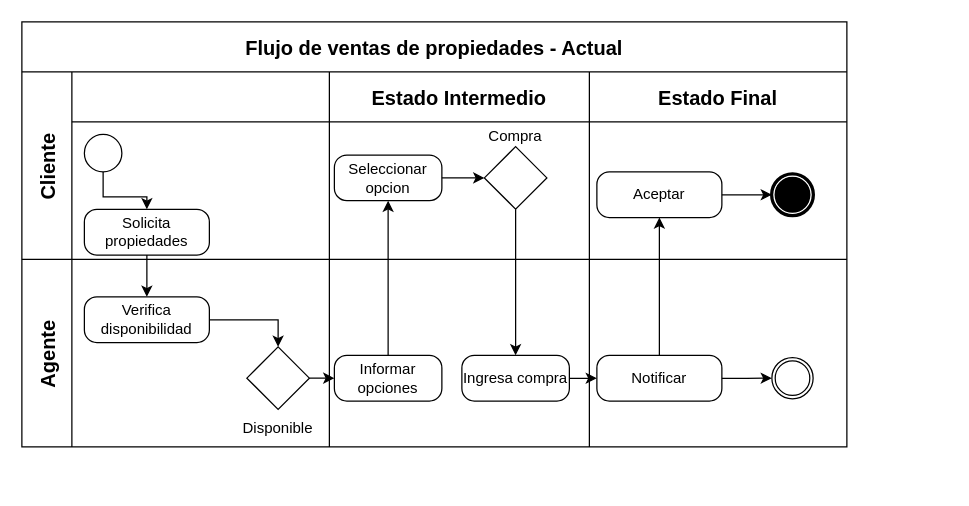
Before: page "Ventas - Actual" (1 of 6) of 1. Planear/Urbanos.drawio in SamuelMarinTobon/Urbani, a draw.io diagram. Source tidied: cells renumbered, new cells numbered last; positions are measured from the earlier drawing's top-left corner, leaving out a move shared by most shapes. Both pictures are drawn from the tidied source at 125%, with x=0, y=0 at pixel (21, 21).
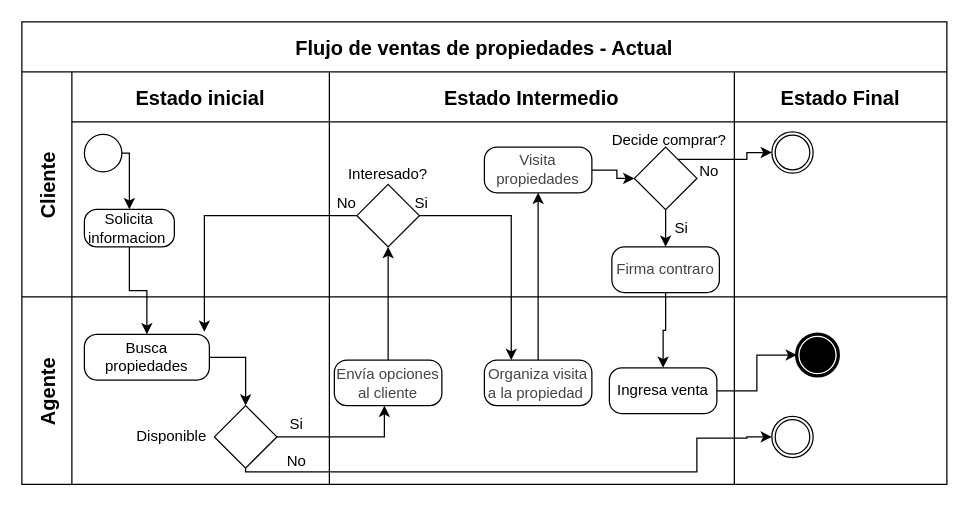
The same diagram, later.

Commit message (it also covers changes not shown here):
actualizacion diagramas y agrego historia de usuario epica

The change refers to these unchanged cells:
```xml
<mxCell id="18" style="swimlane;swimlaneHead=0;swimlaneBody=0;fontStyle=1;strokeColor=inherit;fillColor=none;startSize=0;fontSize=16;" parent="17" vertex="1">
  <mxGeometry x="40" width="206" height="150" as="geometry" />
</mxCell>
```

Diff of the diagram source:
```diff
@@
     <mxCell id="2" value="Flujo de ventas de propiedades - Actual" style="shape=table;childLayout=tableLayout;startSize=40;fontSize=16;fontStyle=1;" parent="1" vertex="1">
-      <mxGeometry width="660" height="340" as="geometry" />
+      <mxGeometry width="740" height="370" as="geometry" />
     </mxCell>
     <mxCell id="3" value="Cliente" style="shape=tableRow;horizontal=0;swimlaneHead=0;swimlaneBody=0;top=0;left=0;strokeColor=inherit;bottom=0;right=0;fontStyle=1;fillColor=none;startSize=40;fontSize=16;" parent="2" vertex="1">
-      <mxGeometry y="40" width="660" height="150" as="geometry" />
+      <mxGeometry y="40" width="740" height="180" as="geometry" />
     </mxCell>
-    <mxCell id="4" style="swimlane;swimlaneHead=0;swimlaneBody=0;fontStyle=1;strokeColor=inherit;fillColor=none;startSize=40;fontSize=16;" parent="3" vertex="1">
-      <mxGeometry x="40" width="206" height="150" as="geometry" />
-    </mxCell>
+    <mxCell id="36" value="Estado inicial" style="swimlane;swimlaneHead=0;swimlaneBody=0;fontStyle=1;strokeColor=inherit;fillColor=none;startSize=40;fontSize=16;" parent="3" vertex="1">
+      <mxGeometry x="40" width="206" height="180" as="geometry" />
+    </mxCell>
-    <mxCell id="5" style="points=[[0.145,0.145,0],[0.5,0,0],[0.855,0.145,0],[1,0.5,0],[0.855,0.855,0],[0.5,1,0],[0.145,0.855,0],[0,0.5,0]];shape=mxgraph.bpmn.event;html=1;verticalLabelPosition=bottom;labelBackgroundColor=#ffffff;verticalAlign=top;align=center;perimeter=ellipsePerimeter;outlineConnect=0;outline=standard;symbol=general;" parent="4" vertex="1">
+    <mxCell id="5" style="points=[[0.145,0.145,0],[0.5,0,0],[0.855,0.145,0],[1,0.5,0],[0.855,0.855,0],[0.5,1,0],[0.145,0.855,0],[0,0.5,0]];shape=mxgraph.bpmn.event;html=1;verticalLabelPosition=bottom;labelBackgroundColor=#ffffff;verticalAlign=top;align=center;perimeter=ellipsePerimeter;outlineConnect=0;outline=standard;symbol=general;" parent="36" vertex="1">
       <mxGeometry x="10" y="50" width="30" height="30" as="geometry" />
     </mxCell>
-    <mxCell id="6" value="Solicita propiedades" style="points=[[0.25,0,0],[0.5,0,0],[0.75,0,0],[1,0.25,0],[1,0.5,0],[1,0.75,0],[0.75,1,0],[0.5,1,0],[0.25,1,0],[0,0.75,0],[0,0.5,0],[0,0.25,0]];shape=mxgraph.bpmn.task;whiteSpace=wrap;rectStyle=rounded;size=10;html=1;taskMarker=abstract;" parent="4" vertex="1">
-      <mxGeometry x="10" y="110" width="100" height="36.5" as="geometry" />
-    </mxCell>
-    <mxCell id="7" style="edgeStyle=orthogonalEdgeStyle;rounded=0;jettySize=auto;html=1;entryX=0.5;entryY=0;entryDx=0;entryDy=0;entryPerimeter=0;" parent="4" edge="1" source="5" target="6">
-      <mxGeometry relative="1" as="geometry" />
-    </mxCell>
+    <mxCell id="37" value="Solicita informacion&amp;nbsp;" style="points=[[0.25,0,0],[0.5,0,0],[0.75,0,0],[1,0.25,0],[1,0.5,0],[1,0.75,0],[0.75,1,0],[0.5,1,0],[0.25,1,0],[0,0.75,0],[0,0.5,0],[0,0.25,0]];shape=mxgraph.bpmn.task;whiteSpace=wrap;rectStyle=rounded;size=10;html=1;taskMarker=abstract;" parent="36" vertex="1">
+      <mxGeometry x="10" y="110" width="72" height="30" as="geometry" />
+    </mxCell>
+    <mxCell id="38" style="edgeStyle=orthogonalEdgeStyle;rounded=0;jettySize=auto;html=1;entryX=0.5;entryY=0;entryDx=0;entryDy=0;entryPerimeter=0;" parent="36" edge="1" source="5" target="37">
+      <mxGeometry relative="1" as="geometry">
+        <Array as="points">
+          <mxPoint x="46" y="65" />
+        </Array>
+      </mxGeometry>
+    </mxCell>
     <mxCell id="8" value="Estado Intermedio" style="swimlane;swimlaneHead=0;swimlaneBody=0;fontStyle=1;strokeColor=inherit;fillColor=none;startSize=40;fontSize=16;" parent="3" vertex="1">
-      <mxGeometry x="246" width="208" height="150" as="geometry" />
+      <mxGeometry x="246" width="324" height="180" as="geometry" />
     </mxCell>
-    <mxCell id="9" value="Seleccionar opcion" style="points=[[0.25,0,0],[0.5,0,0],[0.75,0,0],[1,0.25,0],[1,0.5,0],[1,0.75,0],[0.75,1,0],[0.5,1,0],[0.25,1,0],[0,0.75,0],[0,0.5,0],[0,0.25,0]];shape=mxgraph.bpmn.task;whiteSpace=wrap;rectStyle=rounded;size=10;html=1;taskMarker=abstract;" parent="8" vertex="1">
-      <mxGeometry x="4" y="66.5" width="86" height="36.5" as="geometry" />
-    </mxCell>
-    <mxCell id="10" style="points=[[0.25,0.25,0],[0.5,0,0],[0.75,0.25,0],[1,0.5,0],[0.75,0.75,0],[0.5,1,0],[0.25,0.75,0],[0,0.5,0]];shape=mxgraph.bpmn.gateway2;html=1;verticalLabelPosition=bottom;labelBackgroundColor=#ffffff;verticalAlign=top;align=center;perimeter=rhombusPerimeter;outlineConnect=0;outline=none;symbol=none;" parent="8" vertex="1">
-      <mxGeometry x="124" y="59.8" width="50" height="50" as="geometry" />
-    </mxCell>
-    <mxCell id="11" style="edgeStyle=orthogonalEdgeStyle;rounded=0;jettySize=auto;html=1;entryX=0;entryY=0.5;entryDx=0;entryDy=0;entryPerimeter=0;" parent="8" edge="1" source="9" target="10">
-      <mxGeometry relative="1" as="geometry" />
-    </mxCell>
-    <mxCell id="12" value="Compra" style="text;html=1;align=center;verticalAlign=middle;whiteSpace=wrap;rounded=0;" parent="8" vertex="1">
-      <mxGeometry x="119" y="36.5" width="60" height="30" as="geometry" />
-    </mxCell>
+    <mxCell id="39" style="points=[[0.25,0.25,0],[0.5,0,0],[0.75,0.25,0],[1,0.5,0],[0.75,0.75,0],[0.5,1,0],[0.25,0.75,0],[0,0.5,0]];shape=mxgraph.bpmn.gateway2;html=1;verticalLabelPosition=bottom;labelBackgroundColor=#ffffff;verticalAlign=top;align=center;perimeter=rhombusPerimeter;outlineConnect=0;outline=none;symbol=none;" parent="8" vertex="1">
+      <mxGeometry x="22" y="90" width="50" height="50" as="geometry" />
+    </mxCell>
+    <mxCell id="40" value="Interesado?" style="text;html=1;align=center;verticalAlign=middle;whiteSpace=wrap;rounded=0;" parent="8" vertex="1">
+      <mxGeometry x="17" y="66.8" width="60" height="30" as="geometry" />
+    </mxCell>
+    <mxCell id="41" value="Si" style="text;html=1;align=center;verticalAlign=middle;whiteSpace=wrap;rounded=0;" parent="8" vertex="1">
+      <mxGeometry x="44" y="90" width="60" height="30" as="geometry" />
+    </mxCell>
+    <mxCell id="42" value="No" style="text;html=1;align=center;verticalAlign=middle;whiteSpace=wrap;rounded=0;" parent="8" vertex="1">
+      <mxGeometry x="-16" y="90" width="60" height="30" as="geometry" />
+    </mxCell>
+    <mxCell id="43" value="&lt;font face=&quot;Arial, sans-serif&quot; color=&quot;#444444&quot;&gt;Visita propiedades&lt;/font&gt;" style="points=[[0.25,0,0],[0.5,0,0],[0.75,0,0],[1,0.25,0],[1,0.5,0],[1,0.75,0],[0.75,1,0],[0.5,1,0],[0.25,1,0],[0,0.75,0],[0,0.5,0],[0,0.25,0]];shape=mxgraph.bpmn.task;whiteSpace=wrap;rectStyle=rounded;size=10;html=1;taskMarker=abstract;" parent="8" vertex="1">
+      <mxGeometry x="124" y="60.2" width="86" height="36.5" as="geometry" />
+    </mxCell>
+    <mxCell id="44" style="points=[[0.25,0.25,0],[0.5,0,0],[0.75,0.25,0],[1,0.5,0],[0.75,0.75,0],[0.5,1,0],[0.25,0.75,0],[0,0.5,0]];shape=mxgraph.bpmn.gateway2;html=1;verticalLabelPosition=bottom;labelBackgroundColor=#ffffff;verticalAlign=top;align=center;perimeter=rhombusPerimeter;outlineConnect=0;outline=none;symbol=none;" parent="8" vertex="1">
+      <mxGeometry x="244" y="60.2" width="50" height="50" as="geometry" />
+    </mxCell>
+    <mxCell id="45" value="Decide comprar?" style="text;html=1;align=center;verticalAlign=middle;whiteSpace=wrap;rounded=0;" parent="8" vertex="1">
+      <mxGeometry x="220" y="40" width="104" height="30" as="geometry" />
+    </mxCell>
+    <mxCell id="46" style="edgeStyle=orthogonalEdgeStyle;rounded=0;jettySize=auto;html=1;entryX=0;entryY=0.5;entryDx=0;entryDy=0;entryPerimeter=0;" parent="8" edge="1" source="43" target="44">
+      <mxGeometry relative="1" as="geometry" />
+    </mxCell>
+    <mxCell id="47" value="No" style="text;html=1;align=center;verticalAlign=middle;whiteSpace=wrap;rounded=0;" parent="8" vertex="1">
+      <mxGeometry x="274" y="65" width="60" height="30" as="geometry" />
+    </mxCell>
+    <mxCell id="48" value="&lt;font face=&quot;Arial, sans-serif&quot; color=&quot;#444444&quot;&gt;Firma contraro&lt;/font&gt;" style="points=[[0.25,0,0],[0.5,0,0],[0.75,0,0],[1,0.25,0],[1,0.5,0],[1,0.75,0],[0.75,1,0],[0.5,1,0],[0.25,1,0],[0,0.75,0],[0,0.5,0],[0,0.25,0]];shape=mxgraph.bpmn.task;whiteSpace=wrap;rectStyle=rounded;size=10;html=1;taskMarker=abstract;" parent="8" vertex="1">
+      <mxGeometry x="226" y="140" width="86" height="36.5" as="geometry" />
+    </mxCell>
+    <mxCell id="49" style="edgeStyle=orthogonalEdgeStyle;rounded=0;jettySize=auto;html=1;entryX=0.5;entryY=0;entryDx=0;entryDy=0;entryPerimeter=0;" parent="8" edge="1" source="44" target="48">
+      <mxGeometry relative="1" as="geometry" />
+    </mxCell>
+    <mxCell id="50" value="Si" style="text;html=1;align=center;verticalAlign=middle;whiteSpace=wrap;rounded=0;" parent="8" vertex="1">
+      <mxGeometry x="252" y="110" width="60" height="30" as="geometry" />
+    </mxCell>
     <mxCell id="13" value="Estado Final" style="swimlane;swimlaneHead=0;swimlaneBody=0;fontStyle=1;strokeColor=inherit;fillColor=none;startSize=40;fontSize=16;" parent="3" vertex="1">
-      <mxGeometry x="454" width="206" height="150" as="geometry" />
+      <mxGeometry x="570" width="170" height="180" as="geometry" />
     </mxCell>
-    <mxCell id="14" value="Aceptar" style="points=[[0.25,0,0],[0.5,0,0],[0.75,0,0],[1,0.25,0],[1,0.5,0],[1,0.75,0],[0.75,1,0],[0.5,1,0],[0.25,1,0],[0,0.75,0],[0,0.5,0],[0,0.25,0]];shape=mxgraph.bpmn.task;whiteSpace=wrap;rectStyle=rounded;size=10;html=1;taskMarker=abstract;" parent="13" vertex="1">
-      <mxGeometry x="6" y="80" width="100" height="36.5" as="geometry" />
-    </mxCell>
-    <mxCell id="15" style="points=[[0.145,0.145,0],[0.5,0,0],[0.855,0.145,0],[1,0.5,0],[0.855,0.855,0],[0.5,1,0],[0.145,0.855,0],[0,0.5,0]];shape=mxgraph.bpmn.event;html=1;verticalLabelPosition=bottom;labelBackgroundColor=#ffffff;verticalAlign=top;align=center;perimeter=ellipsePerimeter;outlineConnect=0;outline=end;symbol=terminate;" parent="13" vertex="1">
-      <mxGeometry x="146" y="81.8" width="33" height="33" as="geometry" />
-    </mxCell>
-    <mxCell id="16" style="edgeStyle=orthogonalEdgeStyle;rounded=0;jettySize=auto;html=1;entryX=0;entryY=0.5;entryDx=0;entryDy=0;entryPerimeter=0;" parent="13" edge="1" source="14" target="15">
-      <mxGeometry relative="1" as="geometry" />
-    </mxCell>
+    <mxCell id="51" style="points=[[0.145,0.145,0],[0.5,0,0],[0.855,0.145,0],[1,0.5,0],[0.855,0.855,0],[0.5,1,0],[0.145,0.855,0],[0,0.5,0]];shape=mxgraph.bpmn.event;html=1;verticalLabelPosition=bottom;labelBackgroundColor=#ffffff;verticalAlign=top;align=center;perimeter=ellipsePerimeter;outlineConnect=0;outline=throwing;symbol=general;" parent="13" vertex="1">
+      <mxGeometry x="30" y="48" width="33" height="33" as="geometry" />
+    </mxCell>
+    <mxCell id="52" style="edgeStyle=orthogonalEdgeStyle;rounded=0;jettySize=auto;html=1;entryX=0;entryY=0.5;entryDx=0;entryDy=0;entryPerimeter=0;" parent="3" edge="1" source="44" target="51">
+      <mxGeometry relative="1" as="geometry">
+        <Array as="points">
+          <mxPoint x="580" y="70" />
+          <mxPoint x="580" y="64" />
+        </Array>
+      </mxGeometry>
+    </mxCell>
     <mxCell id="17" value="Agente" style="shape=tableRow;horizontal=0;swimlaneHead=0;swimlaneBody=0;top=0;left=0;strokeColor=inherit;bottom=0;right=0;fontStyle=1;fillColor=none;startSize=40;fontSize=16;" parent="2" vertex="1">
-      <mxGeometry y="190" width="660" height="150" as="geometry" />
+      <mxGeometry y="220" width="740" height="150" as="geometry" />
     </mxCell>
@@
-    <mxCell id="19" style="edgeStyle=orthogonalEdgeStyle;rounded=0;jettySize=auto;html=1;" parent="18" edge="1" source="20" target="21">
-      <mxGeometry relative="1" as="geometry" />
-    </mxCell>
-    <mxCell id="20" value="Verifica disponibilidad" style="points=[[0.25,0,0],[0.5,0,0],[0.75,0,0],[1,0.25,0],[1,0.5,0],[1,0.75,0],[0.75,1,0],[0.5,1,0],[0.25,1,0],[0,0.75,0],[0,0.5,0],[0,0.25,0]];shape=mxgraph.bpmn.task;whiteSpace=wrap;rectStyle=rounded;size=10;html=1;taskMarker=abstract;" parent="18" vertex="1">
-      <mxGeometry x="10" y="30" width="100" height="36.5" as="geometry" />
-    </mxCell>
-    <mxCell id="21" style="points=[[0.25,0.25,0],[0.5,0,0],[0.75,0.25,0],[1,0.5,0],[0.75,0.75,0],[0.5,1,0],[0.25,0.75,0],[0,0.5,0]];shape=mxgraph.bpmn.gateway2;html=1;verticalLabelPosition=bottom;labelBackgroundColor=#ffffff;verticalAlign=top;align=center;perimeter=rhombusPerimeter;outlineConnect=0;outline=none;symbol=none;" parent="18" vertex="1">
-      <mxGeometry x="140" y="70" width="50" height="50" as="geometry" />
-    </mxCell>
+    <mxCell id="53" style="edgeStyle=orthogonalEdgeStyle;rounded=0;jettySize=auto;html=1;" parent="18" edge="1" source="54" target="55">
+      <mxGeometry relative="1" as="geometry" />
+    </mxCell>
+    <mxCell id="54" value="Busca&lt;div&gt;propiedades&lt;/div&gt;" style="points=[[0.25,0,0],[0.5,0,0],[0.75,0,0],[1,0.25,0],[1,0.5,0],[1,0.75,0],[0.75,1,0],[0.5,1,0],[0.25,1,0],[0,0.75,0],[0,0.5,0],[0,0.25,0]];shape=mxgraph.bpmn.task;whiteSpace=wrap;rectStyle=rounded;size=10;html=1;taskMarker=abstract;" parent="18" vertex="1">
+      <mxGeometry x="10" y="30" width="100" height="36.5" as="geometry" />
+    </mxCell>
+    <mxCell id="55" style="points=[[0.25,0.25,0],[0.5,0,0],[0.75,0.25,0],[1,0.5,0],[0.75,0.75,0],[0.5,1,0],[0.25,0.75,0],[0,0.5,0]];shape=mxgraph.bpmn.gateway2;html=1;verticalLabelPosition=bottom;labelBackgroundColor=#ffffff;verticalAlign=top;align=center;perimeter=rhombusPerimeter;outlineConnect=0;outline=none;symbol=none;" parent="18" vertex="1">
+      <mxGeometry x="114" y="87" width="50" height="50" as="geometry" />
+    </mxCell>
     <mxCell id="22" value="Disponible" style="text;html=1;align=center;verticalAlign=middle;whiteSpace=wrap;rounded=0;" parent="18" vertex="1">
-      <mxGeometry x="135" y="120" width="60" height="30" as="geometry" />
+      <mxGeometry x="50" y="97" width="60" height="30" as="geometry" />
     </mxCell>
-    <mxCell id="23" style="swimlane;swimlaneHead=0;swimlaneBody=0;fontStyle=1;strokeColor=inherit;fillColor=none;startSize=0;fontSize=16;" parent="17" vertex="1">
-      <mxGeometry x="246" width="208" height="150" as="geometry" />
-    </mxCell>
-    <mxCell id="24" value="Informar opciones" style="points=[[0.25,0,0],[0.5,0,0],[0.75,0,0],[1,0.25,0],[1,0.5,0],[1,0.75,0],[0.75,1,0],[0.5,1,0],[0.25,1,0],[0,0.75,0],[0,0.5,0],[0,0.25,0]];shape=mxgraph.bpmn.task;whiteSpace=wrap;rectStyle=rounded;size=10;html=1;taskMarker=abstract;" parent="23" vertex="1">
-      <mxGeometry x="4" y="76.8" width="86" height="36.5" as="geometry" />
-    </mxCell>
-    <mxCell id="25" value="Ingresa compra" style="points=[[0.25,0,0],[0.5,0,0],[0.75,0,0],[1,0.25,0],[1,0.5,0],[1,0.75,0],[0.75,1,0],[0.5,1,0],[0.25,1,0],[0,0.75,0],[0,0.5,0],[0,0.25,0]];shape=mxgraph.bpmn.task;whiteSpace=wrap;rectStyle=rounded;size=10;html=1;taskMarker=abstract;" parent="23" vertex="1">
-      <mxGeometry x="106" y="76.8" width="86" height="36.5" as="geometry" />
-    </mxCell>
-    <mxCell id="26" style="swimlane;swimlaneHead=0;swimlaneBody=0;fontStyle=1;strokeColor=inherit;fillColor=none;startSize=0;fontSize=16;" parent="17" vertex="1">
-      <mxGeometry x="454" width="206" height="150" as="geometry" />
-    </mxCell>
-    <mxCell id="27" value="Notificar" style="points=[[0.25,0,0],[0.5,0,0],[0.75,0,0],[1,0.25,0],[1,0.5,0],[1,0.75,0],[0.75,1,0],[0.5,1,0],[0.25,1,0],[0,0.75,0],[0,0.5,0],[0,0.25,0]];shape=mxgraph.bpmn.task;whiteSpace=wrap;rectStyle=rounded;size=10;html=1;taskMarker=abstract;" parent="26" vertex="1">
-      <mxGeometry x="6" y="76.8" width="100" height="36.5" as="geometry" />
-    </mxCell>
-    <mxCell id="28" style="points=[[0.145,0.145,0],[0.5,0,0],[0.855,0.145,0],[1,0.5,0],[0.855,0.855,0],[0.5,1,0],[0.145,0.855,0],[0,0.5,0]];shape=mxgraph.bpmn.event;html=1;verticalLabelPosition=bottom;labelBackgroundColor=#ffffff;verticalAlign=top;align=center;perimeter=ellipsePerimeter;outlineConnect=0;outline=throwing;symbol=general;" parent="26" vertex="1">
-      <mxGeometry x="146" y="78.5" width="33" height="33" as="geometry" />
-    </mxCell>
-    <mxCell id="29" style="edgeStyle=orthogonalEdgeStyle;rounded=0;jettySize=auto;html=1;entryX=0;entryY=0.5;entryDx=0;entryDy=0;entryPerimeter=0;" parent="26" edge="1" source="27" target="28">
-      <mxGeometry relative="1" as="geometry" />
-    </mxCell>
-    <mxCell id="30" style="edgeStyle=orthogonalEdgeStyle;rounded=0;jettySize=auto;html=1;" parent="17" edge="1" source="21" target="24">
-      <mxGeometry relative="1" as="geometry" />
-    </mxCell>
-    <mxCell id="31" style="edgeStyle=orthogonalEdgeStyle;rounded=0;jettySize=auto;html=1;" parent="17" edge="1" source="25" target="27">
-      <mxGeometry relative="1" as="geometry" />
-    </mxCell>
-    <mxCell id="32" style="edgeStyle=orthogonalEdgeStyle;rounded=0;jettySize=auto;html=1;entryX=0.5;entryY=0;entryDx=0;entryDy=0;entryPerimeter=0;" parent="2" edge="1" source="6" target="20">
-      <mxGeometry relative="1" as="geometry" />
-    </mxCell>
-    <mxCell id="33" style="edgeStyle=orthogonalEdgeStyle;rounded=0;jettySize=auto;html=1;" parent="2" edge="1" source="24" target="9">
-      <mxGeometry relative="1" as="geometry" />
-    </mxCell>
-    <mxCell id="34" style="edgeStyle=orthogonalEdgeStyle;rounded=0;jettySize=auto;html=1;entryX=0.5;entryY=0;entryDx=0;entryDy=0;entryPerimeter=0;" parent="2" edge="1" source="10" target="25">
-      <mxGeometry relative="1" as="geometry" />
-    </mxCell>
-    <mxCell id="35" style="edgeStyle=orthogonalEdgeStyle;rounded=0;jettySize=auto;html=1;" parent="2" edge="1" source="27" target="14">
-      <mxGeometry relative="1" as="geometry" />
-    </mxCell>
+    <mxCell id="56" value="Si" style="text;html=1;align=center;verticalAlign=middle;whiteSpace=wrap;rounded=0;" parent="18" vertex="1">
+      <mxGeometry x="150" y="87" width="60" height="30" as="geometry" />
+    </mxCell>
+    <mxCell id="57" value="No" style="text;html=1;align=center;verticalAlign=middle;whiteSpace=wrap;rounded=0;" parent="18" vertex="1">
+      <mxGeometry x="150" y="117" width="60" height="30" as="geometry" />
+    </mxCell>
+    <mxCell id="58" style="swimlane;swimlaneHead=0;swimlaneBody=0;fontStyle=1;strokeColor=inherit;fillColor=none;startSize=0;fontSize=16;" parent="17" vertex="1">
+      <mxGeometry x="246" width="324" height="150" as="geometry" />
+    </mxCell>
+    <mxCell id="59" value="&lt;span style=&quot;color: rgb(68, 68, 68); font-family: Arial, sans-serif;&quot;&gt;Envía opciones al cliente&lt;/span&gt;" style="points=[[0.25,0,0],[0.5,0,0],[0.75,0,0],[1,0.25,0],[1,0.5,0],[1,0.75,0],[0.75,1,0],[0.5,1,0],[0.25,1,0],[0,0.75,0],[0,0.5,0],[0,0.25,0]];shape=mxgraph.bpmn.task;whiteSpace=wrap;rectStyle=rounded;size=10;html=1;taskMarker=abstract;" parent="58" vertex="1">
+      <mxGeometry x="4" y="50.5" width="86" height="36.5" as="geometry" />
+    </mxCell>
+    <mxCell id="60" value="&lt;span style=&quot;color: rgb(68, 68, 68); font-family: Arial, sans-serif;&quot;&gt;Organiza visita a la propiedad&amp;nbsp;&lt;/span&gt;" style="points=[[0.25,0,0],[0.5,0,0],[0.75,0,0],[1,0.25,0],[1,0.5,0],[1,0.75,0],[0.75,1,0],[0.5,1,0],[0.25,1,0],[0,0.75,0],[0,0.5,0],[0,0.25,0]];shape=mxgraph.bpmn.task;whiteSpace=wrap;rectStyle=rounded;size=10;html=1;taskMarker=abstract;" parent="58" vertex="1">
+      <mxGeometry x="124" y="50.5" width="86" height="36.5" as="geometry" />
+    </mxCell>
+    <mxCell id="61" value="Ingresa venta" style="points=[[0.25,0,0],[0.5,0,0],[0.75,0,0],[1,0.25,0],[1,0.5,0],[1,0.75,0],[0.75,1,0],[0.5,1,0],[0.25,1,0],[0,0.75,0],[0,0.5,0],[0,0.25,0]];shape=mxgraph.bpmn.task;whiteSpace=wrap;rectStyle=rounded;size=10;html=1;taskMarker=abstract;" parent="58" vertex="1">
+      <mxGeometry x="224" y="56.8" width="86" height="36.5" as="geometry" />
+    </mxCell>
+    <mxCell id="62" style="swimlane;swimlaneHead=0;swimlaneBody=0;fontStyle=1;strokeColor=inherit;fillColor=none;startSize=0;fontSize=16;" parent="17" vertex="1">
+      <mxGeometry x="570" width="170" height="150" as="geometry" />
+    </mxCell>
+    <mxCell id="63" style="points=[[0.145,0.145,0],[0.5,0,0],[0.855,0.145,0],[1,0.5,0],[0.855,0.855,0],[0.5,1,0],[0.145,0.855,0],[0,0.5,0]];shape=mxgraph.bpmn.event;html=1;verticalLabelPosition=bottom;labelBackgroundColor=#ffffff;verticalAlign=top;align=center;perimeter=ellipsePerimeter;outlineConnect=0;outline=throwing;symbol=general;" parent="62" vertex="1">
+      <mxGeometry x="30" y="95.5" width="33" height="33" as="geometry" />
+    </mxCell>
+    <mxCell id="64" style="points=[[0.145,0.145,0],[0.5,0,0],[0.855,0.145,0],[1,0.5,0],[0.855,0.855,0],[0.5,1,0],[0.145,0.855,0],[0,0.5,0]];shape=mxgraph.bpmn.event;html=1;verticalLabelPosition=bottom;labelBackgroundColor=#ffffff;verticalAlign=top;align=center;perimeter=ellipsePerimeter;outlineConnect=0;outline=end;symbol=terminate;" parent="62" vertex="1">
+      <mxGeometry x="50" y="30" width="33" height="33" as="geometry" />
+    </mxCell>
+    <mxCell id="65" style="edgeStyle=orthogonalEdgeStyle;rounded=0;jettySize=auto;html=1;entryX=0;entryY=0.5;entryDx=0;entryDy=0;entryPerimeter=0;" parent="17" edge="1" source="55" target="63">
+      <mxGeometry relative="1" as="geometry">
+        <Array as="points">
+          <mxPoint x="179" y="140" />
+          <mxPoint x="540" y="140" />
+          <mxPoint x="540" y="113" />
+          <mxPoint x="580" y="113" />
+        </Array>
+      </mxGeometry>
+    </mxCell>
+    <mxCell id="66" style="edgeStyle=orthogonalEdgeStyle;rounded=0;jettySize=auto;html=1;" parent="17" edge="1" source="55" target="59">
+      <mxGeometry relative="1" as="geometry">
+        <Array as="points">
+          <mxPoint x="290" y="112" />
+        </Array>
+      </mxGeometry>
+    </mxCell>
+    <mxCell id="67" style="edgeStyle=orthogonalEdgeStyle;rounded=0;jettySize=auto;html=1;" parent="17" edge="1" source="61" target="64">
+      <mxGeometry relative="1" as="geometry" />
+    </mxCell>
+    <mxCell id="68" style="edgeStyle=orthogonalEdgeStyle;rounded=0;jettySize=auto;html=1;entryX=0.5;entryY=0;entryDx=0;entryDy=0;entryPerimeter=0;" parent="2" edge="1" source="37" target="54">
+      <mxGeometry relative="1" as="geometry" />
+    </mxCell>
+    <mxCell id="69" style="edgeStyle=orthogonalEdgeStyle;rounded=0;jettySize=auto;html=1;entryX=0.5;entryY=1;entryDx=0;entryDy=0;entryPerimeter=0;" parent="2" edge="1" source="59" target="39">
+      <mxGeometry relative="1" as="geometry" />
+    </mxCell>
+    <mxCell id="70" style="edgeStyle=orthogonalEdgeStyle;rounded=0;jettySize=auto;html=1;entryX=0.96;entryY=-0.055;entryDx=0;entryDy=0;entryPerimeter=0;" parent="2" edge="1" source="39" target="54">
+      <mxGeometry relative="1" as="geometry" />
+    </mxCell>
+    <mxCell id="71" style="edgeStyle=orthogonalEdgeStyle;rounded=0;jettySize=auto;html=1;entryX=0.25;entryY=0;entryDx=0;entryDy=0;entryPerimeter=0;" parent="2" edge="1" source="39" target="60">
+      <mxGeometry relative="1" as="geometry" />
+    </mxCell>
+    <mxCell id="72" style="edgeStyle=orthogonalEdgeStyle;rounded=0;jettySize=auto;html=1;entryX=0.5;entryY=1;entryDx=0;entryDy=0;entryPerimeter=0;" parent="2" edge="1" source="60" target="43">
+      <mxGeometry relative="1" as="geometry" />
+    </mxCell>
+    <mxCell id="73" style="edgeStyle=orthogonalEdgeStyle;rounded=0;jettySize=auto;html=1;entryX=0.5;entryY=0;entryDx=0;entryDy=0;entryPerimeter=0;" parent="2" edge="1" source="48" target="61">
+      <mxGeometry relative="1" as="geometry" />
+    </mxCell>
```
